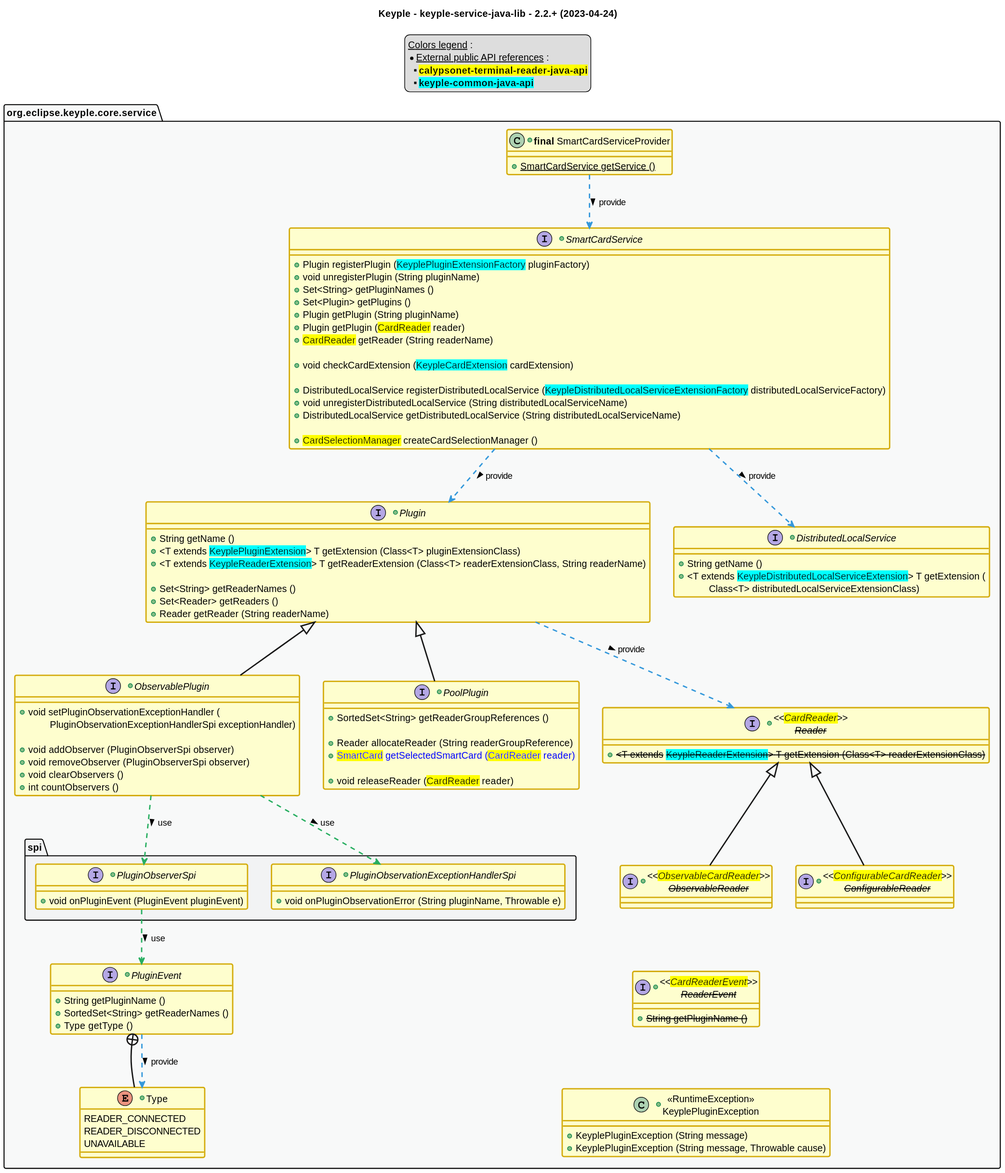
This is src/main/uml/api_class_diagram.svg from eclipse-keyple/keyple-service-java-lib, a PlantUML export, as it was before one commit.
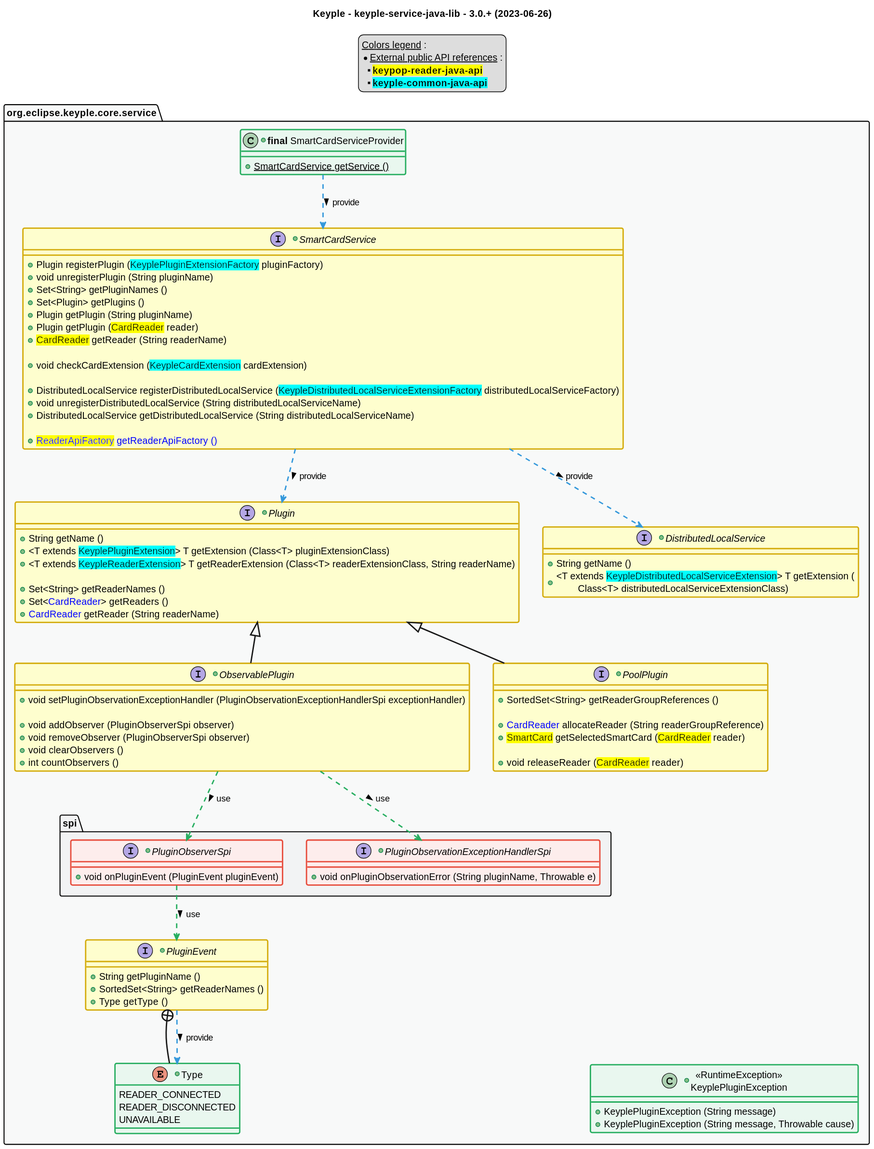
After the commit.

The edit, as a diff of the source:
```diff
@@ -1,6 +1,6 @@
 @startuml
 title
-    Keyple - keyple-service-java-lib - 2.2.+ (2023-04-24)
+    Keyple - keyple-service-java-lib - 3.0.+ (2023-06-26)
 end title
 
 
@@ -43,12 +43,12 @@
 legend top
     __Colors legend__ :
     * __External public API references__ :
-    ** <back:yellow>**calypsonet-terminal-reader-java-api**</back>
+    ** <back:yellow>**keypop-reader-java-api**</back>
     ** <back:cyan>**keyple-common-java-api**</back>
 end legend
 
 package "org.eclipse.keyple.core.service" as service {
-    +class "**final** SmartCardServiceProvider" as SmartCardServiceProvider {
+    +class "**final** SmartCardServiceProvider" as SmartCardServiceProvider <<green>> {
         +{static} SmartCardService getService ()
     }
     +interface SmartCardService {
@@ -66,7 +66,7 @@
         +void unregisterDistributedLocalService (String distributedLocalServiceName)
         +DistributedLocalService getDistributedLocalService (String distributedLocalServiceName)
 
-        +<back:yellow>CardSelectionManager</back> createCardSelectionManager ()
+        +<color:blue><back:yellow>ReaderApiFactory</back> getReaderApiFactory ()
     }
     +interface Plugin {
         +String getName ()
@@ -74,17 +74,15 @@
         +<T extends <back:cyan>KeypleReaderExtension</back>> T getReaderExtension (Class<T> readerExtensionClass, String readerName)
 
         +Set<String> getReaderNames ()
-        +Set<Reader> getReaders ()
-        +Reader getReader (String readerName)
+        +Set<<color:blue>CardReader</color>> getReaders ()
+        +<color:blue>CardReader</color> getReader (String readerName)
     }
     +interface DistributedLocalService {
         +String getName ()
-        +<T extends <back:cyan>KeypleDistributedLocalServiceExtension</back>> T getExtension (
-            \tClass<T> distributedLocalServiceExtensionClass)
+        +<T extends <back:cyan>KeypleDistributedLocalServiceExtension</back>> T getExtension (\n\tClass<T> distributedLocalServiceExtensionClass)
     }
     +interface ObservablePlugin extends Plugin {
-        +void setPluginObservationExceptionHandler (
-            \tPluginObservationExceptionHandlerSpi exceptionHandler)
+        +void setPluginObservationExceptionHandler (PluginObservationExceptionHandlerSpi exceptionHandler)
 
         +void addObserver (PluginObserverSpi observer)
         +void removeObserver (PluginObserverSpi observer)
@@ -94,41 +92,31 @@
     +interface PoolPlugin extends Plugin {
         +SortedSet<String> getReaderGroupReferences ()
 
-        +Reader allocateReader (String readerGroupReference)
-        +<color:blue><back:yellow>SmartCard</back> getSelectedSmartCard (<back:yellow>CardReader</back> reader)
+        +<color:blue>CardReader</color> allocateReader (String readerGroupReference)
+        +<back:yellow>SmartCard</back> getSelectedSmartCard (<back:yellow>CardReader</back> reader)
 
         +void releaseReader (<back:yellow>CardReader</back> reader)
     }
-    +interface "<<<back:yellow>CardReader</back>>>\n<s>Reader</s>" as Reader {
-        +<s><T extends <back:cyan>KeypleReaderExtension</back>> T getExtension (Class<T> readerExtensionClass)</s>
-    }
-    +interface "<<<back:yellow>ObservableCardReader</back>>>\n<s>ObservableReader</s>" as ObservableReader extends Reader {
-    }
-    +interface "<<<back:yellow>ConfigurableCardReader</back>>>\n<s>ConfigurableReader</s>" as ConfigurableReader extends Reader {
-    }
     package spi {
-        +interface PluginObserverSpi {
+        +interface PluginObserverSpi <<red>> {
             +void onPluginEvent (PluginEvent pluginEvent)
         }
-        +interface PluginObservationExceptionHandlerSpi {
+        +interface PluginObservationExceptionHandlerSpi <<red>> {
             +void onPluginObservationError (String pluginName, Throwable e)
         }
     }
 
-    +interface "<<<back:yellow>CardReaderEvent</back>>>\n<s>ReaderEvent</s>" as ReaderEvent {
-        +<s>String getPluginName ()</s>
-    }
     +interface PluginEvent {
         +String getPluginName ()
         +SortedSet<String> getReaderNames ()
         +Type getType ()
     }
-    +enum "Type" as PluginEventType {
+    +enum "Type" as PluginEventType <<green>> {
         READER_CONNECTED
         READER_DISCONNECTED
         UNAVAILABLE
     }
-    +class "<<RuntimeException>>\nKeyplePluginException" as KeyplePluginException {
+    +class "<<RuntimeException>>\nKeyplePluginException" as KeyplePluginException <<green>> {
         +KeyplePluginException (String message)
         +KeyplePluginException (String message, Throwable cause)
     }
@@ -143,16 +131,13 @@
 PluginEvent +-- PluginEventType
 PluginEvent ..> PluginEventType #C_LINK : provide >
 
-Plugin ..> Reader #C_LINK : provide >
-
 ObservablePlugin ..> PluginObserverSpi #C_USE : use >
 ObservablePlugin ..> PluginObservationExceptionHandlerSpi #C_USE : use >
 
 PluginObserverSpi ..> PluginEvent #C_USE : use >
 
 
-ObservableReader -[hidden]- ReaderEvent
-ReaderEvent -[hidden]- KeyplePluginException
+DistributedLocalService -[hidden]---- KeyplePluginException
 
 
 package service #C_GREY1 {}
```
